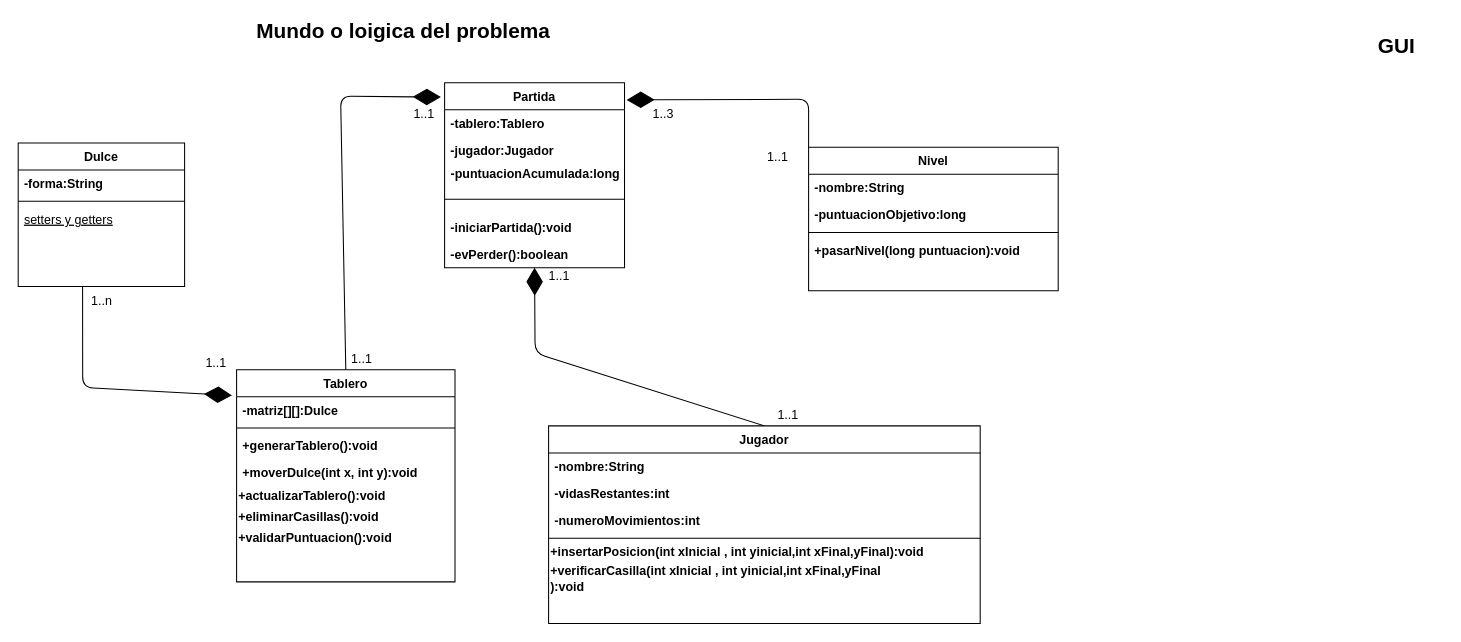
This is Model/CandyCrush.drawio from JeanCarlos911/candy-crush, a draw.io file, before an edit. Source tidied: cells renumbered, new cells numbered last; positions are measured from the earlier drawing's top-left corner, leaving out a move shared by most shapes. Both pictures are drawn from the tidied source at 104%, with x=0, y=0 at pixel (18, 20).
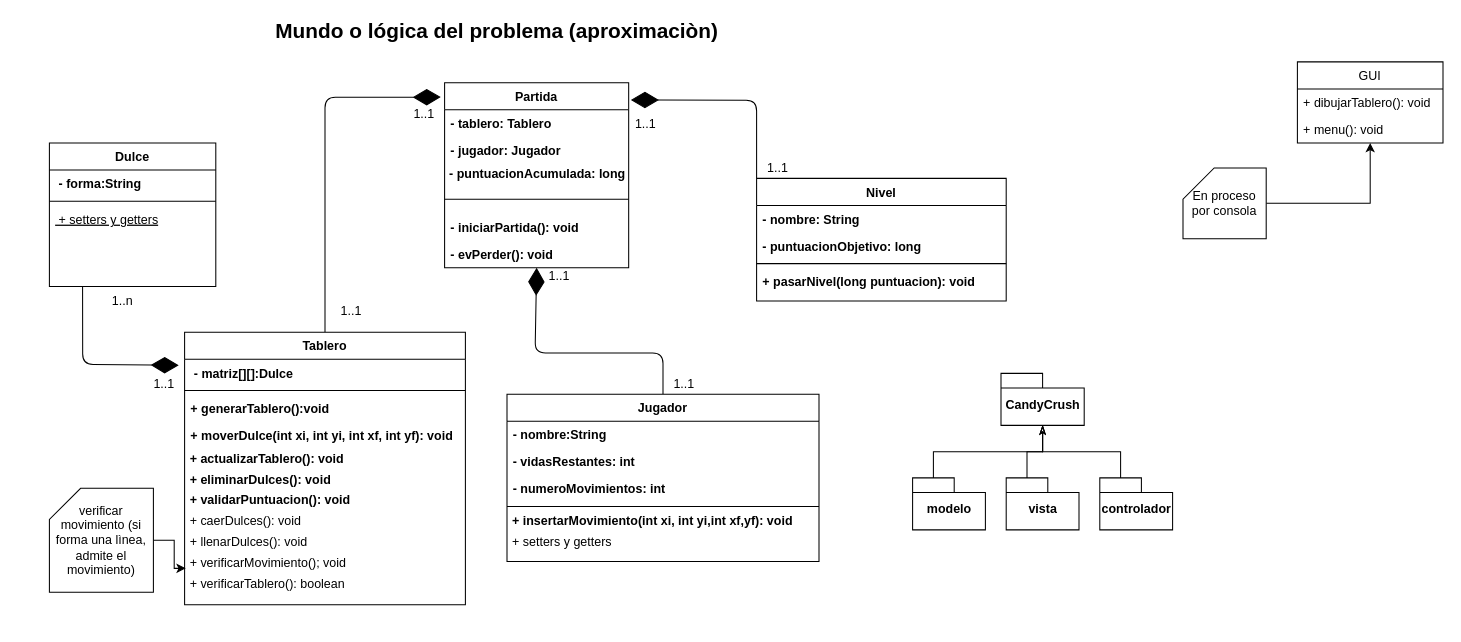
The same page after the edit.

Commit message:
se ha revisado y actualizado el Model CandyCrush.drawio

Diff of the diagram source:
```diff
@@
-    <mxCell id="2" value="Dulce" style="swimlane;fontStyle=1;align=center;verticalAlign=top;horizontal=1;startSize=26;rounded=0;shadow=0;strokeWidth=1;" parent="1" vertex="1">
-      <mxGeometry y="118" width="160" height="138" as="geometry" />
-    </mxCell>
-    <mxCell id="3" value="-forma:String" style="text;align=left;verticalAlign=top;spacingLeft=4;spacingRight=4;overflow=hidden;fontStyle=1;" parent="2" vertex="1">
-      <mxGeometry y="26" width="160" height="26" as="geometry" />
-    </mxCell>
-    <mxCell id="4" style="line;html=1;strokeWidth=1;align=left;verticalAlign=middle;spacingTop=-1;spacingLeft=3;spacingRight=3;labelPosition=right;" parent="2" vertex="1">
-      <mxGeometry y="52" width="160" height="8" as="geometry" />
-    </mxCell>
-    <mxCell id="5" value="setters y getters" style="text;align=left;verticalAlign=top;spacingLeft=4;spacingRight=4;overflow=hidden;fontStyle=4;" parent="2" vertex="1">
-      <mxGeometry y="60" width="160" height="26" as="geometry" />
-    </mxCell>
-    <mxCell id="6" value="&lt;font style=&quot;font-size: 20px&quot;&gt;&lt;b&gt;Mundo o loigica del problema&lt;/b&gt;&lt;/font&gt;" style="text;html=1;align=center;verticalAlign=middle;" parent="1" vertex="1">
-      <mxGeometry x="220" width="300" height="20" as="geometry" />
+    <mxCell id="6" value="&lt;font style=&quot;font-size: 20px&quot;&gt;&lt;b&gt;Mundo o lógica del problema (aproximaciòn)&lt;/b&gt;&lt;/font&gt;" style="text;html=1;align=center;verticalAlign=middle;" parent="1" vertex="1">
+      <mxGeometry x="240" width="440" height="20" as="geometry" />
     </mxCell>
-    <mxCell id="7" value="&lt;b&gt;&lt;font style=&quot;font-size: 20px&quot;&gt;GUI&lt;/font&gt;&lt;/b&gt;&lt;br&gt;" style="text;html=1;align=center;verticalAlign=middle;points=[];" parent="1" vertex="1">
-      <mxGeometry x="1300" y="14" width="50" height="20" as="geometry" />
-    </mxCell>
     <mxCell id="8" value="Partida" style="swimlane;fontStyle=1;align=center;verticalAlign=top;horizontal=1;startSize=26;rounded=0;shadow=0;strokeWidth=1;" parent="1" vertex="1">
-      <mxGeometry x="410" y="60" width="173" height="178" as="geometry" />
+      <mxGeometry x="410" y="60" width="177" height="178" as="geometry" />
     </mxCell>
-    <mxCell id="9" value="-tablero:Tablero" style="text;align=left;verticalAlign=top;spacingLeft=4;spacingRight=4;overflow=hidden;fontStyle=1;" parent="8" vertex="1">
-      <mxGeometry y="26" width="173" height="26" as="geometry" />
+    <mxCell id="9" value="- tablero: Tablero" style="text;align=left;verticalAlign=top;spacingLeft=4;spacingRight=4;overflow=hidden;fontStyle=1;" parent="8" vertex="1">
+      <mxGeometry y="26" width="177" height="26" as="geometry" />
     </mxCell>
-    <mxCell id="10" value="-jugador:Jugador" style="text;align=left;verticalAlign=top;spacingLeft=4;spacingRight=4;overflow=hidden;fontStyle=1;" parent="8" vertex="1">
-      <mxGeometry y="52" width="173" height="26" as="geometry" />
+    <mxCell id="10" value="- jugador: Jugador" style="text;align=left;verticalAlign=top;spacingLeft=4;spacingRight=4;overflow=hidden;fontStyle=1;" parent="8" vertex="1">
+      <mxGeometry y="52" width="177" height="26" as="geometry" />
     </mxCell>
-    <mxCell id="11" value="&lt;b&gt;-puntuacionAcumulada:long&lt;/b&gt;" style="text;html=1;align=center;verticalAlign=middle;" parent="8" vertex="1">
-      <mxGeometry y="78" width="173" height="20" as="geometry" />
+    <mxCell id="11" value="&lt;b&gt;- puntuacionAcumulada: long&lt;/b&gt;" style="text;html=1;align=center;verticalAlign=middle;" parent="8" vertex="1">
+      <mxGeometry y="78" width="177" height="20" as="geometry" />
     </mxCell>
     <mxCell id="12" style="line;html=1;strokeWidth=1;align=left;verticalAlign=middle;spacingTop=-1;spacingLeft=3;spacingRight=3;labelPosition=right;" parent="8" vertex="1">
-      <mxGeometry y="98" width="173" height="28" as="geometry" />
+      <mxGeometry y="98" width="177" height="28" as="geometry" />
     </mxCell>
-    <mxCell id="13" value="-iniciarPartida():void" style="text;align=left;verticalAlign=top;spacingLeft=4;spacingRight=4;overflow=hidden;fontStyle=1;" parent="8" vertex="1">
-      <mxGeometry y="126" width="173" height="26" as="geometry" />
+    <mxCell id="13" value="- iniciarPartida(): void" style="text;align=left;verticalAlign=top;spacingLeft=4;spacingRight=4;overflow=hidden;fontStyle=1;" parent="8" vertex="1">
+      <mxGeometry y="126" width="177" height="26" as="geometry" />
     </mxCell>
-    <mxCell id="14" value="-evPerder():boolean" style="text;align=left;verticalAlign=top;spacingLeft=4;spacingRight=4;overflow=hidden;fontStyle=1;" parent="8" vertex="1">
-      <mxGeometry y="152" width="173" height="26" as="geometry" />
+    <mxCell id="14" value="- evPerder(): void" style="text;align=left;verticalAlign=top;spacingLeft=4;spacingRight=4;overflow=hidden;fontStyle=1;" parent="8" vertex="1">
+      <mxGeometry y="152" width="177" height="26" as="geometry" />
     </mxCell>
     <mxCell id="15" style="endArrow=diamondThin;endFill=1;endSize=24;html=1;exitX=0.5;exitY=0;exitDx=0;exitDy=0;entryX=-0.021;entryY=0.078;entryDx=0;entryDy=0;entryPerimeter=0;" parent="1" edge="1" source="32" target="8">
       <mxGeometry relative="1" as="geometry">
         <Array as="points">
-          <mxPoint x="310" y="73" />
+          <mxPoint x="295" y="74" />
         </Array>
       </mxGeometry>
     </mxCell>
     <mxCell id="16" value="1..1" style="text;html=1;align=center;verticalAlign=middle;" parent="1" vertex="1">
-      <mxGeometry x="310" y="316" width="40" height="20" as="geometry" />
+      <mxGeometry x="300" y="270" width="40" height="20" as="geometry" />
     </mxCell>
@@
     <mxCell id="18" style="endArrow=diamondThin;endFill=1;endSize=24;html=1;entryX=0.5;entryY=1;entryDx=0;entryDy=0;exitX=0.5;exitY=0;exitDx=0;exitDy=0;" parent="1" edge="1" source="40" target="8">
       <mxGeometry relative="1" as="geometry">
         <Array as="points">
+          <mxPoint x="620" y="320" />
           <mxPoint x="497" y="320" />
         </Array>
       </mxGeometry>
     </mxCell>
     <mxCell id="19" value="1..1" style="text;html=1;align=center;verticalAlign=middle;" parent="1" vertex="1">
-      <mxGeometry x="720" y="370" width="40" height="20" as="geometry" />
+      <mxGeometry x="620" y="339.5" width="40" height="20" as="geometry" />
     </mxCell>
@@
     <mxCell id="21" style="endArrow=diamondThin;endFill=1;endSize=24;html=1;exitX=0.387;exitY=1.009;exitDx=0;exitDy=0;exitPerimeter=0;entryX=-0.021;entryY=0.121;entryDx=0;entryDy=0;entryPerimeter=0;" parent="1" edge="1" target="32">
       <mxGeometry relative="1" as="geometry">
         <mxPoint x="61.9" y="256.2" as="sourcePoint" />
         <Array as="points">
-          <mxPoint x="62" y="353" />
+          <mxPoint x="62" y="331" />
         </Array>
       </mxGeometry>
     </mxCell>
     <mxCell id="22" value="1..n" style="text;html=1;align=center;verticalAlign=middle;" parent="1" vertex="1">
-      <mxGeometry x="60" y="260" width="40" height="20" as="geometry" />
+      <mxGeometry x="80" y="260" width="40" height="20" as="geometry" />
     </mxCell>
     <mxCell id="23" value="1..1" style="text;html=1;align=center;verticalAlign=middle;" parent="1" vertex="1">
-      <mxGeometry x="170" y="320" width="40" height="20" as="geometry" />
+      <mxGeometry x="120" y="339.5" width="40" height="20" as="geometry" />
     </mxCell>
-    <mxCell id="24" value="Nivel" style="swimlane;fontStyle=1;align=center;verticalAlign=top;horizontal=1;startSize=26;rounded=0;shadow=0;strokeWidth=1;" parent="1" vertex="1">
-      <mxGeometry x="760" y="122" width="240" height="138" as="geometry" />
-    </mxCell>
-    <mxCell id="25" value="-nombre:String" style="text;align=left;verticalAlign=top;spacingLeft=4;spacingRight=4;overflow=hidden;fontStyle=1;" parent="24" vertex="1">
-      <mxGeometry y="26" width="240" height="26" as="geometry" />
-    </mxCell>
-    <mxCell id="26" value="-puntuacionObjetivo:long" style="text;align=left;verticalAlign=top;spacingLeft=4;spacingRight=4;overflow=hidden;rounded=0;shadow=0;html=0;fontStyle=1;" parent="24" vertex="1">
-      <mxGeometry y="52" width="240" height="26" as="geometry" />
-    </mxCell>
-    <mxCell id="27" style="line;html=1;strokeWidth=1;align=left;verticalAlign=middle;spacingTop=-1;spacingLeft=3;spacingRight=3;labelPosition=right;" parent="24" vertex="1">
-      <mxGeometry y="78" width="240" height="8" as="geometry" />
-    </mxCell>
-    <mxCell id="28" value="+pasarNivel(long puntuacion):void" style="text;align=left;verticalAlign=top;spacingLeft=4;spacingRight=4;overflow=hidden;fontStyle=1;" parent="24" vertex="1">
-      <mxGeometry y="86" width="240" height="26" as="geometry" />
-    </mxCell>
     <mxCell id="29" style="endArrow=diamondThin;endFill=1;endSize=24;html=1;exitX=0;exitY=0;exitDx=0;exitDy=0;entryX=1.012;entryY=0.093;entryDx=0;entryDy=0;entryPerimeter=0;" parent="1" edge="1" source="24" target="8">
       <mxGeometry relative="1" as="geometry">
         <Array as="points">
-          <mxPoint x="760" y="76" />
+          <mxPoint x="710" y="77" />
         </Array>
       </mxGeometry>
     </mxCell>
-    <mxCell id="30" value="1..3" style="text;html=1;align=center;verticalAlign=middle;" parent="1" vertex="1">
-      <mxGeometry x="600" y="80" width="40" height="20" as="geometry" />
+    <mxCell id="30" value="1..1" style="text;html=1;align=center;verticalAlign=middle;" parent="1" vertex="1">
+      <mxGeometry x="583" y="90" width="40" height="20" as="geometry" />
     </mxCell>
     <mxCell id="31" value="1..1" style="text;html=1;align=center;verticalAlign=middle;" parent="1" vertex="1">
-      <mxGeometry x="710" y="122" width="40" height="20" as="geometry" />
+      <mxGeometry x="710" y="132" width="40" height="20" as="geometry" />
     </mxCell>
+    <mxCell id="47" style="edgeStyle=orthogonalEdgeStyle;rounded=0;jettySize=auto;html=1;exitX=1;exitY=0.5;exitDx=0;exitDy=0;exitPerimeter=0;entryX=0.004;entryY=0.75;entryDx=0;entryDy=0;entryPerimeter=0;" parent="1" edge="1" source="48" target="51">
+      <mxGeometry relative="1" as="geometry" />
+    </mxCell>
+    <mxCell id="48" value="verificar movimiento (si forma una lìnea, admite el movimiento)" style="shape=card;whiteSpace=wrap;html=1;" parent="1" vertex="1">
+      <mxGeometry x="30" y="450" width="100" height="100" as="geometry" />
+    </mxCell>
     <mxCell id="32" value="Tablero&#10;" style="swimlane;fontStyle=1;align=center;verticalAlign=top;horizontal=1;startSize=26;rounded=0;shadow=0;strokeWidth=1;" parent="1" vertex="1">
-      <mxGeometry x="210" y="336" width="210" height="204" as="geometry" />
+      <mxGeometry x="160" y="300" width="270" height="262" as="geometry" />
     </mxCell>
-    <mxCell id="33" value="-matriz[][]:Dulce" style="text;align=left;verticalAlign=top;spacingLeft=4;spacingRight=4;overflow=hidden;fontStyle=1;" parent="32" vertex="1">
-      <mxGeometry y="26" width="210" height="26" as="geometry" />
+    <mxCell id="33" value=" - matriz[][]:Dulce" style="text;align=left;verticalAlign=top;spacingLeft=4;spacingRight=4;overflow=hidden;fontStyle=1;" parent="32" vertex="1">
+      <mxGeometry y="26" width="270" height="26" as="geometry" />
     </mxCell>
     <mxCell id="34" style="line;html=1;strokeWidth=1;align=left;verticalAlign=middle;spacingTop=-1;spacingLeft=3;spacingRight=3;labelPosition=right;" parent="32" vertex="1">
-      <mxGeometry y="52" width="210" height="8" as="geometry" />
+      <mxGeometry y="52" width="270" height="8" as="geometry" />
     </mxCell>
-    <mxCell id="35" value="+generarTablero():void" style="text;align=left;verticalAlign=top;spacingLeft=4;spacingRight=4;overflow=hidden;fontStyle=1;" parent="32" vertex="1">
-      <mxGeometry y="60" width="210" height="26" as="geometry" />
+    <mxCell id="35" value="+ generarTablero():void" style="text;align=left;verticalAlign=top;spacingLeft=4;spacingRight=4;overflow=hidden;fontStyle=1;" parent="32" vertex="1">
+      <mxGeometry y="60" width="270" height="26" as="geometry" />
     </mxCell>
-    <mxCell id="36" value="+moverDulce(int x, int y):void" style="text;align=left;verticalAlign=top;spacingLeft=4;spacingRight=4;overflow=hidden;fontStyle=1;" parent="32" vertex="1">
-      <mxGeometry y="86" width="210" height="26" as="geometry" />
+    <mxCell id="36" value="+ moverDulce(int xi, int yi, int xf, int yf): void" style="text;align=left;verticalAlign=top;spacingLeft=4;spacingRight=4;overflow=hidden;fontStyle=1;" parent="32" vertex="1">
+      <mxGeometry y="86" width="270" height="26" as="geometry" />
     </mxCell>
-    <mxCell id="37" value="&lt;b&gt;+actualizarTablero():void&lt;/b&gt;" style="text;html=1;align=left;verticalAlign=middle;" parent="32" vertex="1">
-      <mxGeometry y="112" width="210" height="20" as="geometry" />
+    <mxCell id="37" value="&lt;b&gt;&amp;nbsp;+ actualizarTablero(): void&lt;/b&gt;" style="text;html=1;align=left;verticalAlign=middle;" parent="32" vertex="1">
+      <mxGeometry y="112" width="270" height="20" as="geometry" />
     </mxCell>
-    <mxCell id="38" value="&lt;b&gt;+eliminarCasillas():void&lt;/b&gt;" style="text;html=1;align=left;verticalAlign=middle;" parent="32" vertex="1">
-      <mxGeometry y="132" width="210" height="20" as="geometry" />
+    <mxCell id="38" value="&lt;b&gt;&amp;nbsp;+ eliminarDulces(): void&lt;/b&gt;" style="text;html=1;align=left;verticalAlign=middle;" parent="32" vertex="1">
+      <mxGeometry y="132" width="270" height="20" as="geometry" />
     </mxCell>
-    <mxCell id="39" value="&lt;b&gt;+validarPuntuacion():void&lt;/b&gt;" style="text;html=1;align=left;verticalAlign=middle;" parent="32" vertex="1">
-      <mxGeometry y="152" width="210" height="20" as="geometry" />
+    <mxCell id="39" value="&lt;b&gt;&amp;nbsp;+ validarPuntuacion(): void&lt;/b&gt;" style="text;html=1;align=left;verticalAlign=middle;" parent="32" vertex="1">
+      <mxGeometry y="152" width="270" height="20" as="geometry" />
     </mxCell>
+    <mxCell id="49" value="&amp;nbsp;+ caerDulces(): void" style="text;html=1;align=left;verticalAlign=middle;" parent="32" vertex="1">
+      <mxGeometry y="172" width="270" height="20" as="geometry" />
+    </mxCell>
+    <mxCell id="50" value="&amp;nbsp;+ llenarDulces(): void" style="text;html=1;align=left;verticalAlign=middle;" parent="32" vertex="1">
+      <mxGeometry y="192" width="270" height="20" as="geometry" />
+    </mxCell>
+    <mxCell id="51" value="&amp;nbsp;+ verificarMovimiento(); void" style="text;html=1;align=left;verticalAlign=middle;points=[];" parent="32" vertex="1">
+      <mxGeometry y="212" width="270" height="20" as="geometry" />
+    </mxCell>
+    <mxCell id="52" value="&amp;nbsp;+ verificarTablero(): boolean" style="text;html=1;align=left;verticalAlign=middle;" parent="32" vertex="1">
+      <mxGeometry y="232" width="270" height="20" as="geometry" />
+    </mxCell>
     <mxCell id="40" value="Jugador" style="swimlane;fontStyle=1;align=center;verticalAlign=top;horizontal=1;startSize=26;rounded=0;shadow=0;strokeWidth=1;" parent="1" vertex="1">
-      <mxGeometry x="510" y="390" width="415" height="190" as="geometry" />
+      <mxGeometry x="470" y="359.5" width="300" height="161" as="geometry" />
     </mxCell>
-    <mxCell id="41" value="-nombre:String" style="text;align=left;verticalAlign=top;spacingLeft=4;spacingRight=4;overflow=hidden;fontStyle=1;" parent="40" vertex="1">
-      <mxGeometry y="26" width="415" height="26" as="geometry" />
+    <mxCell id="41" value="- nombre:String" style="text;align=left;verticalAlign=top;spacingLeft=4;spacingRight=4;overflow=hidden;fontStyle=1;" parent="40" vertex="1">
+      <mxGeometry y="26" width="300" height="26" as="geometry" />
     </mxCell>
-    <mxCell id="42" value="-vidasRestantes:int" style="text;align=left;verticalAlign=top;spacingLeft=4;spacingRight=4;overflow=hidden;rounded=0;shadow=0;html=0;fontStyle=1;" parent="40" vertex="1">
-      <mxGeometry y="52" width="415" height="26" as="geometry" />
+    <mxCell id="42" value="- vidasRestantes: int" style="text;align=left;verticalAlign=top;spacingLeft=4;spacingRight=4;overflow=hidden;rounded=0;shadow=0;html=0;fontStyle=1;" parent="40" vertex="1">
+      <mxGeometry y="52" width="300" height="26" as="geometry" />
     </mxCell>
-    <mxCell id="43" value="-numeroMovimientos:int" style="text;align=left;verticalAlign=top;spacingLeft=4;spacingRight=4;overflow=hidden;rounded=0;shadow=0;html=0;fontStyle=1;" parent="40" vertex="1">
-      <mxGeometry y="78" width="415" height="26" as="geometry" />
+    <mxCell id="43" value="- numeroMovimientos: int" style="text;align=left;verticalAlign=top;spacingLeft=4;spacingRight=4;overflow=hidden;rounded=0;shadow=0;html=0;fontStyle=1;" parent="40" vertex="1">
+      <mxGeometry y="78" width="300" height="26" as="geometry" />
     </mxCell>
     <mxCell id="44" style="line;html=1;strokeWidth=1;align=left;verticalAlign=middle;spacingTop=-1;spacingLeft=3;spacingRight=3;labelPosition=right;" parent="40" vertex="1">
-      <mxGeometry y="104" width="415" height="8" as="geometry" />
+      <mxGeometry y="104" width="300" height="8" as="geometry" />
     </mxCell>
-    <mxCell id="45" value="&lt;b&gt;+insertarPosicion(int xInicial , int yinicial,int xFinal,yFinal):void&lt;/b&gt;" style="text;html=1;align=left;verticalAlign=middle;" parent="40" vertex="1">
-      <mxGeometry y="112" width="415" height="20" as="geometry" />
+    <mxCell id="45" value="&lt;b&gt;&amp;nbsp;+ insertarMovimiento(int xi, int yi,int xf,yf): void&lt;/b&gt;" style="text;html=1;align=left;verticalAlign=middle;" parent="40" vertex="1">
+      <mxGeometry y="112" width="300" height="20" as="geometry" />
     </mxCell>
-    <mxCell id="46" value="&lt;b&gt;+verificarCasilla(&lt;/b&gt;&lt;b&gt;int xInicial , int yinicial,int xFinal,yFinal&lt;/b&gt;&lt;b&gt;&lt;br&gt;):void&lt;/b&gt;" style="text;html=1;align=left;verticalAlign=middle;" parent="40" vertex="1">
-      <mxGeometry y="132" width="415" height="30" as="geometry" />
-    </mxCell>
+    <mxCell id="53" value="&amp;nbsp;+ setters y getters" style="text;html=1;align=left;verticalAlign=middle;" parent="40" vertex="1">
+      <mxGeometry y="132" width="300" height="20" as="geometry" />
+    </mxCell>
+    <mxCell id="54" style="edgeStyle=orthogonalEdgeStyle;rounded=0;jettySize=auto;html=1;" parent="1" edge="1" source="55" target="7">
+      <mxGeometry relative="1" as="geometry" />
+    </mxCell>
+    <mxCell id="55" value="En proceso&lt;br&gt;por consola" style="shape=card;whiteSpace=wrap;html=1;" parent="1" vertex="1">
+      <mxGeometry x="1120" y="142" width="80" height="68" as="geometry" />
+    </mxCell>
+    <mxCell id="7" value="GUI" style="swimlane;fontStyle=0;horizontal=1;startSize=26;fillColor=none;" parent="1" vertex="1">
+      <mxGeometry x="1230" y="40" width="140" height="78" as="geometry" />
+    </mxCell>
+    <mxCell id="56" value="+ dibujarTablero(): void" style="text;strokeColor=none;fillColor=none;align=left;verticalAlign=top;spacingLeft=4;spacingRight=4;overflow=hidden;" parent="7" vertex="1">
+      <mxGeometry y="26" width="140" height="26" as="geometry" />
+    </mxCell>
+    <mxCell id="57" value="+ menu(): void" style="text;strokeColor=none;fillColor=none;align=left;verticalAlign=top;spacingLeft=4;spacingRight=4;overflow=hidden;" parent="7" vertex="1">
+      <mxGeometry y="52" width="140" height="26" as="geometry" />
+    </mxCell>
+    <mxCell id="58" style="edgeStyle=orthogonalEdgeStyle;rounded=0;jettySize=auto;html=1;exitX=0;exitY=0;exitDx=20;exitDy=0;exitPerimeter=0;entryX=0.5;entryY=1;entryDx=0;entryDy=0;entryPerimeter=0;endArrow=classicThin;endFill=0;" parent="1" edge="1" source="59" target="64">
+      <mxGeometry relative="1" as="geometry" />
+    </mxCell>
+    <mxCell id="59" value="modelo" style="shape=folder;fontStyle=1;spacingTop=10;tabWidth=40;tabHeight=14;tabPosition=left;html=1;" parent="1" vertex="1">
+      <mxGeometry x="860" y="440" width="70" height="50" as="geometry" />
+    </mxCell>
+    <mxCell id="60" style="edgeStyle=orthogonalEdgeStyle;rounded=0;jettySize=auto;html=1;exitX=0;exitY=0;exitDx=20;exitDy=0;exitPerimeter=0;endArrow=classicThin;endFill=0;" parent="1" edge="1" source="61" target="64">
+      <mxGeometry relative="1" as="geometry" />
+    </mxCell>
+    <mxCell id="61" value="vista" style="shape=folder;fontStyle=1;spacingTop=10;tabWidth=40;tabHeight=14;tabPosition=left;html=1;" parent="1" vertex="1">
+      <mxGeometry x="950" y="440" width="70" height="50" as="geometry" />
+    </mxCell>
+    <mxCell id="62" style="edgeStyle=orthogonalEdgeStyle;rounded=0;jettySize=auto;html=1;exitX=0;exitY=0;exitDx=20;exitDy=0;exitPerimeter=0;endArrow=classicThin;endFill=0;" parent="1" edge="1" source="63" target="64">
+      <mxGeometry relative="1" as="geometry" />
+    </mxCell>
+    <mxCell id="63" value="controlador" style="shape=folder;fontStyle=1;spacingTop=10;tabWidth=40;tabHeight=14;tabPosition=left;html=1;" parent="1" vertex="1">
+      <mxGeometry x="1040" y="440" width="70" height="50" as="geometry" />
+    </mxCell>
+    <mxCell id="64" value="CandyCrush" style="shape=folder;fontStyle=1;spacingTop=10;tabWidth=40;tabHeight=14;tabPosition=left;html=1;" parent="1" vertex="1">
+      <mxGeometry x="945" y="339.5" width="80" height="50" as="geometry" />
+    </mxCell>
+    <mxCell id="2" value="Dulce" style="swimlane;fontStyle=1;align=center;verticalAlign=top;horizontal=1;startSize=26;rounded=0;shadow=0;strokeWidth=1;" parent="1" vertex="1">
+      <mxGeometry x="30" y="118" width="160" height="138" as="geometry" />
+    </mxCell>
+    <mxCell id="3" value=" - forma:String" style="text;align=left;verticalAlign=top;spacingLeft=4;spacingRight=4;overflow=hidden;fontStyle=1;" parent="2" vertex="1">
+      <mxGeometry y="26" width="160" height="26" as="geometry" />
+    </mxCell>
+    <mxCell id="4" style="line;html=1;strokeWidth=1;align=left;verticalAlign=middle;spacingTop=-1;spacingLeft=3;spacingRight=3;labelPosition=right;" parent="2" vertex="1">
+      <mxGeometry y="52" width="160" height="8" as="geometry" />
+    </mxCell>
+    <mxCell id="5" value=" + setters y getters" style="text;align=left;verticalAlign=top;spacingLeft=4;spacingRight=4;overflow=hidden;fontStyle=4;" parent="2" vertex="1">
+      <mxGeometry y="60" width="160" height="26" as="geometry" />
+    </mxCell>
+    <mxCell id="24" value="Nivel" style="swimlane;fontStyle=1;align=center;verticalAlign=top;horizontal=1;startSize=26;rounded=0;shadow=0;strokeWidth=1;" parent="1" vertex="1">
+      <mxGeometry x="710" y="152" width="240" height="118" as="geometry" />
+    </mxCell>
+    <mxCell id="25" value="- nombre: String" style="text;align=left;verticalAlign=top;spacingLeft=4;spacingRight=4;overflow=hidden;fontStyle=1;" parent="24" vertex="1">
+      <mxGeometry y="26" width="240" height="26" as="geometry" />
+    </mxCell>
+    <mxCell id="26" value="- puntuacionObjetivo: long" style="text;align=left;verticalAlign=top;spacingLeft=4;spacingRight=4;overflow=hidden;rounded=0;shadow=0;html=0;fontStyle=1;" parent="24" vertex="1">
+      <mxGeometry y="52" width="240" height="26" as="geometry" />
+    </mxCell>
+    <mxCell id="27" style="line;html=1;strokeWidth=1;align=left;verticalAlign=middle;spacingTop=-1;spacingLeft=3;spacingRight=3;labelPosition=right;" parent="24" vertex="1">
+      <mxGeometry y="78" width="240" height="8" as="geometry" />
+    </mxCell>
+    <mxCell id="28" value="+ pasarNivel(long puntuacion): void" style="text;align=left;verticalAlign=top;spacingLeft=4;spacingRight=4;overflow=hidden;fontStyle=1;" parent="24" vertex="1">
+      <mxGeometry y="86" width="240" height="26" as="geometry" />
+    </mxCell>
```
